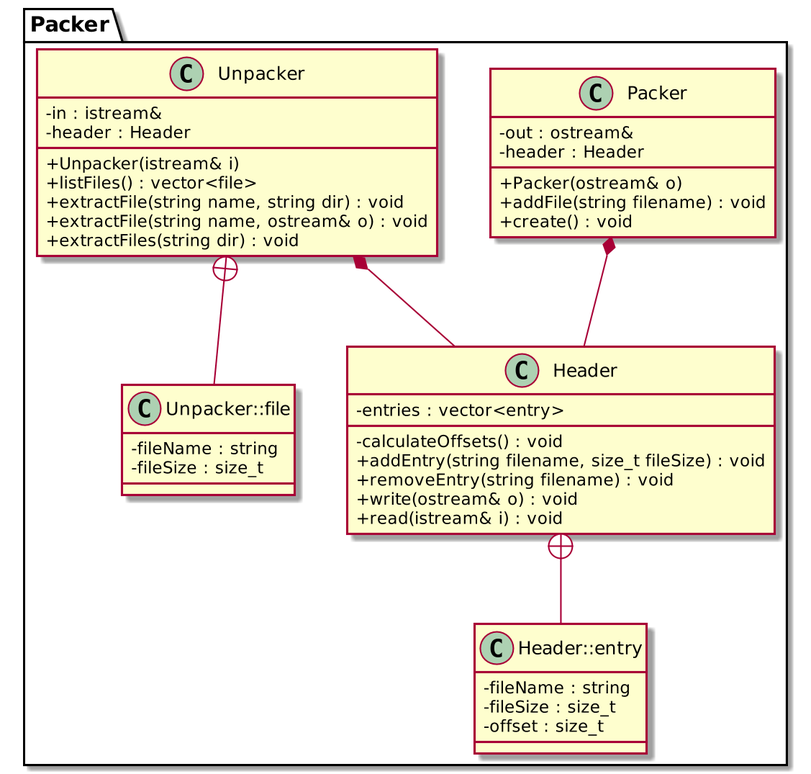
The PlantUML diagram doc/class_diagram.png in gnojus/CPPproject, before a commit.
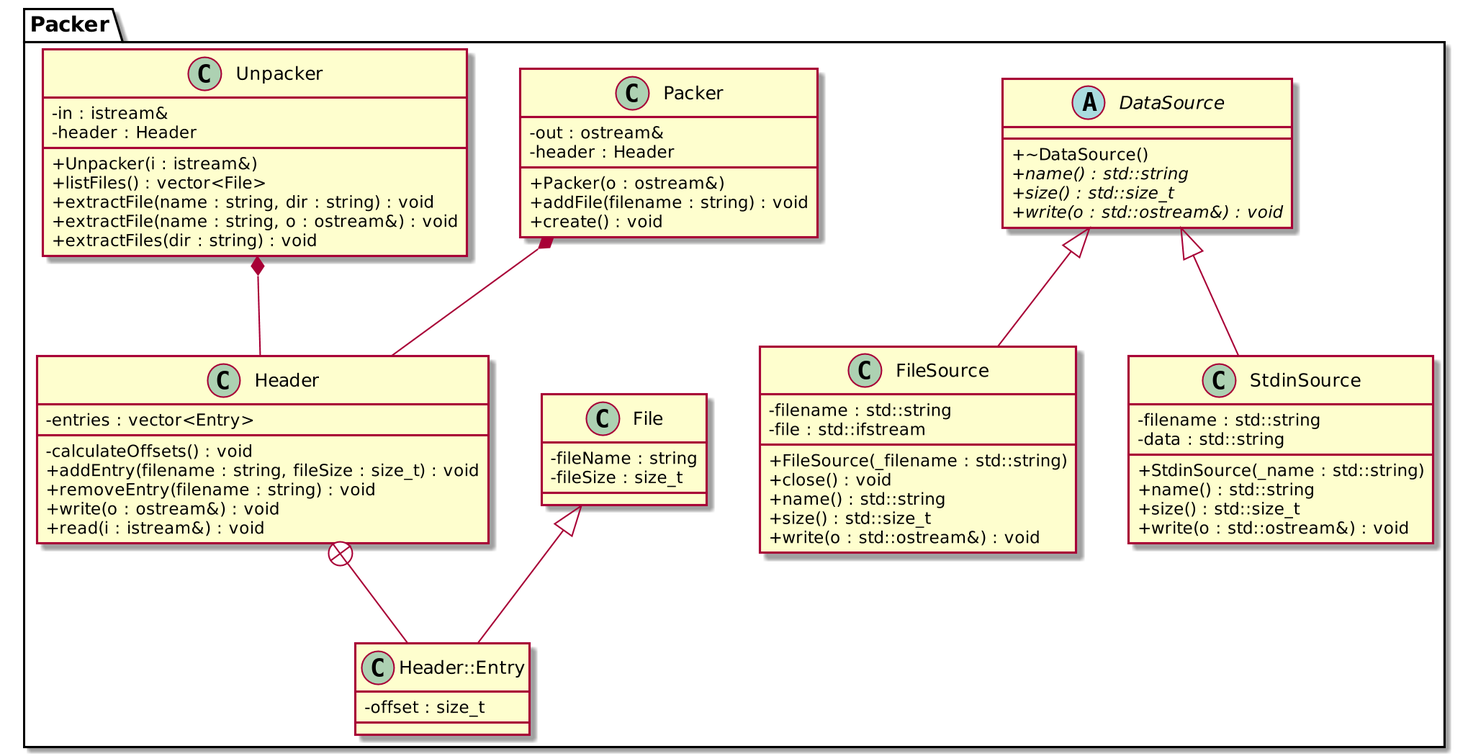
After the change.

Change to the diagram source:
```diff
@@ -7,47 +7,80 @@
 
 
 namespace Packer {
-	class Header {
-		-entries : vector<entry>
-		-calculateOffsets() : void
-		+addEntry(string filename, size_t fileSize) : void
-		+removeEntry(string filename) : void
-		+write(ostream& o) : void
-		+read(istream& i) : void
+	abstract class DataSource {
+		+~DataSource()
+		+{abstract} name() : std::string
+		+{abstract} size() : std::size_t
+		+{abstract} write(o : std::ostream&) : void
 	}
 
-	class Header::entry {
+	class File {
 		-fileName : string
 		-fileSize : size_t
+	}
+
+	class FileSource {
+		-filename : std::string
+		-file : std::ifstream
+		+FileSource(_filename : std::string)
+		+close() : void
+		+name() : std::string
+		+size() : std::size_t
+		+write(o : std::ostream&) : void
+	}
+
+	class Header {
+		-entries : vector<Entry>
+		-calculateOffsets() : void
+		+addEntry(filename : string, fileSize : size_t) : void
+		+removeEntry(filename : string) : void
+		+write(o : ostream&) : void
+		+read(i : istream&) : void
+	}
+
+	class Header::Entry {
 		-offset : size_t
 	}
 
 	class Packer {
 		-out : ostream&
 		-header : Header
-		+Packer(ostream& o)
-		+addFile(string filename) : void
+		+Packer(o : ostream&)
+		+addFile(filename : string) : void
 		+create() : void
+	}
+
+	class StdinSource {
+		-filename : std::string
+		-data : std::string
+		+StdinSource(_name : std::string)
+		+name() : std::string
+		+size() : std::size_t
+		+write(o : std::ostream&) : void
 	}
 
 	class Unpacker {
 		-in : istream&
 		-header : Header
-		+Unpacker(istream& i)
-		+listFiles() : vector<file>
-		+extractFile(string name, string dir) : void
-		+extractFile(string name, ostream& o) : void
-		+extractFiles(string dir) : void
-	}
-
-	class Unpacker::file {
-		-fileName : string
-		-fileSize : size_t
+		+Unpacker(i : istream&)
+		+listFiles() : vector<File>
+		+extractFile(name : string, dir : string) : void
+		+extractFile(name : string, o : ostream&) : void
+		+extractFiles(dir : string) : void
 	}
 }
 
 
 
+
+
+Packer.DataSource <|-- Packer.FileSource
+
+
+Packer.DataSource <|-- Packer.StdinSource
+
+
+Packer.File <|-- Packer.Header::Entry
 
 
 
@@ -65,10 +98,7 @@
 
 
 
-Packer.Header +-- Packer.Header::entry
-
-
-Packer.Unpacker +-- Packer.Unpacker::file
+Packer.Header +-- Packer.Header::Entry
 
 
 
```
